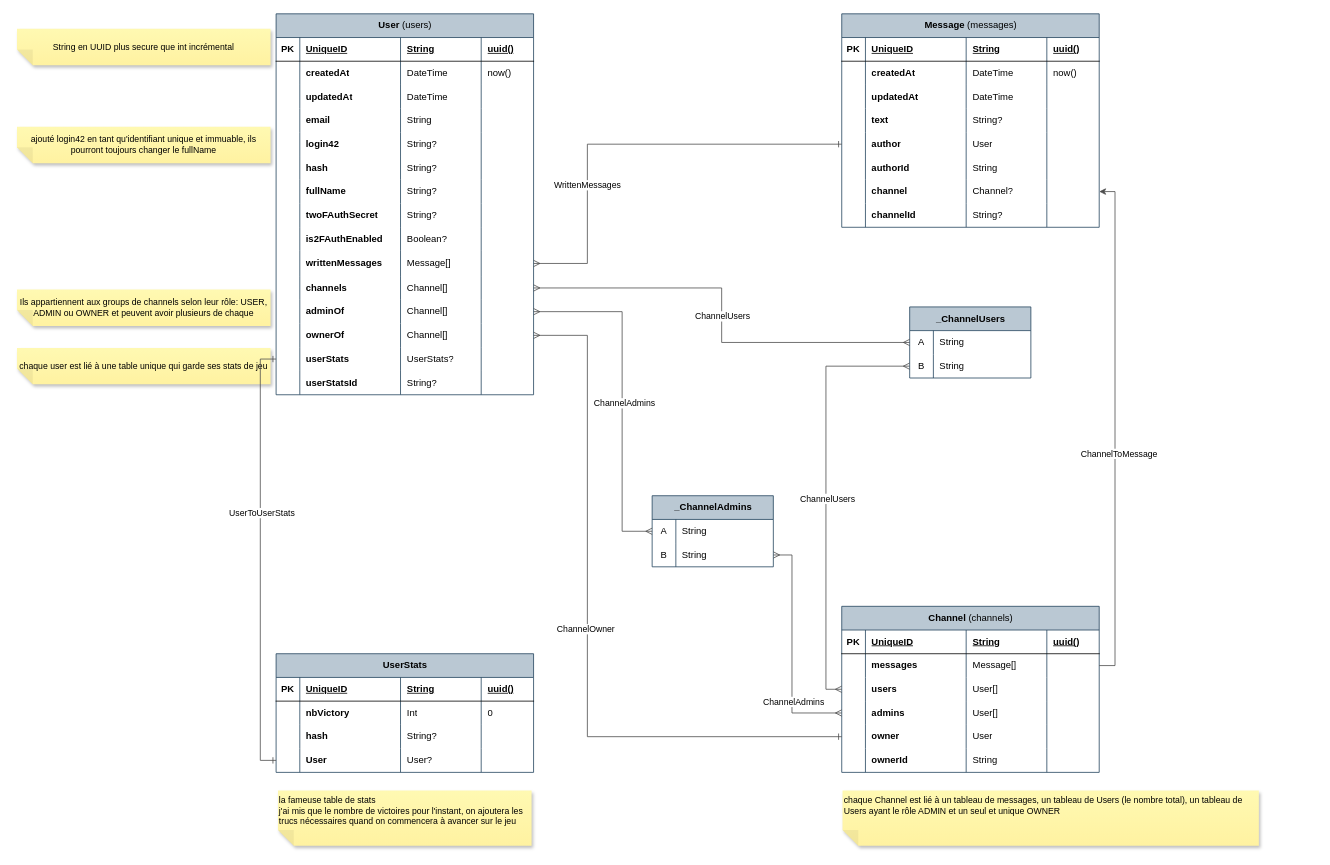
adcarnec/Pong keeps this draw.io diagram as database.drawio. Above is the earlier version. Source tidied: cells renumbered, new cells numbered last; positions are measured from the earlier drawing's top-left corner, leaving out a move shared by most shapes. Both pictures are drawn from the tidied source at 79%, with x=0, y=0 at pixel (17, 13).
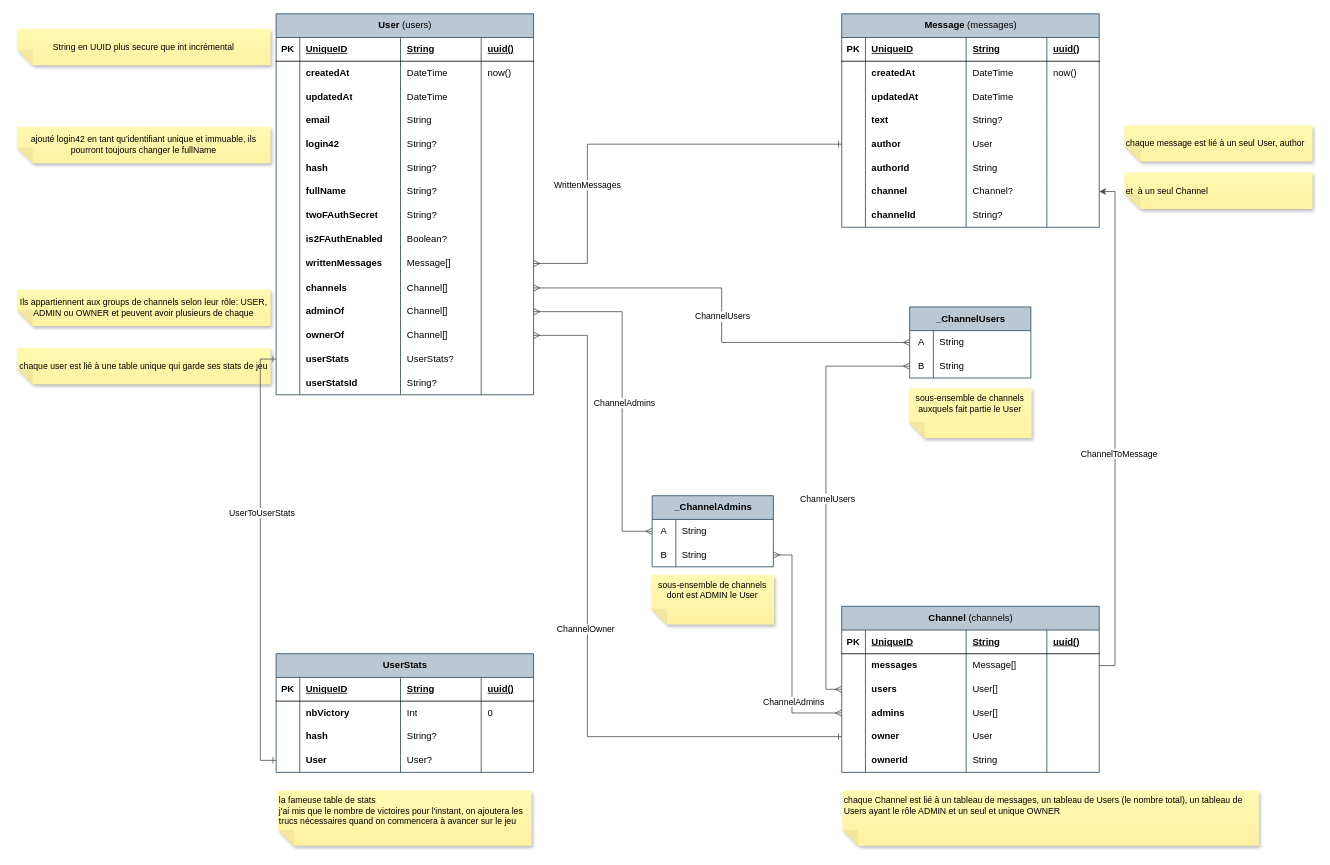
The same diagram, later.

Unchanged cells that the change refers to:
```xml
<mxCell id="3" value="User &lt;span style=&quot;font-weight: normal;&quot;&gt;(users)&lt;/span&gt;" style="shape=table;startSize=30;childLayout=tableLayout;rowLines=0;align=center;html=1;spacing=2;fontStyle=1;fillColor=#bac8d3;strokeColor=#23445d;" parent="1" vertex="1">
  <mxGeometry x="328" width="325.9" height="482.2" as="geometry" />
</mxCell>
```

Diff of the diagram source:
```diff
@@
+    <mxCell id="207" value="et&amp;nbsp;&amp;nbsp;à un seul&amp;nbsp;Channel" style="shape=note;whiteSpace=wrap;html=1;backgroundOutline=1;fontColor=#000000;darkOpacity=0.05;fillColor=#FFF9B2;strokeColor=none;fillStyle=solid;direction=west;gradientDirection=north;gradientColor=#FFF2A1;shadow=1;size=20;align=left;fontSize=11;" parent="1" vertex="1">
+      <mxGeometry x="1402" y="201" width="238" height="46" as="geometry" />
+    </mxCell>
@@
-    <mxCell id="9" style="shape=tableRow;horizontal=0;startSize=0;swimlaneHead=0;swimlaneBody=0;fillColor=none;top=0;left=0;right=0;bottom=0;" parent="3" vertex="1">
+    <mxCell id="9" style="shape=tableRow;horizontal=0;startSize=0;swimlaneHead=0;swimlaneBody=0;fillColor=none;top=0;left=0;right=0;bottom=0;perimeterSpacing=1;" parent="3" vertex="1">
       <mxGeometry y="60" width="325.9" height="30" as="geometry" />
     </mxCell>
@@
+    <mxCell id="208" value="chaque message est lié à un seul User, author" style="shape=note;whiteSpace=wrap;html=1;backgroundOutline=1;fontColor=#000000;darkOpacity=0.05;fillColor=#FFF9B2;strokeColor=none;fillStyle=solid;direction=west;gradientDirection=north;gradientColor=#FFF2A1;shadow=1;size=20;align=left;fontSize=11;" parent="1" vertex="1">
+      <mxGeometry x="1402" y="141" width="238" height="46" as="geometry" />
+    </mxCell>
+    <mxCell id="209" value="sous-ensemble de channels dont est ADMIN le User" style="shape=note;whiteSpace=wrap;html=1;backgroundOutline=1;fontColor=#000000;darkOpacity=0.05;fillColor=#FFF9B2;strokeColor=none;fillStyle=solid;direction=west;gradientDirection=north;gradientColor=#FFF2A1;shadow=1;size=20;align=center;fontSize=11;verticalAlign=top;" parent="1" vertex="1">
+      <mxGeometry x="803" y="710" width="155.4" height="63" as="geometry" />
+    </mxCell>
+    <mxCell id="210" value="sous-ensemble de channels auxquels fait partie le User" style="shape=note;whiteSpace=wrap;html=1;backgroundOutline=1;fontColor=#000000;darkOpacity=0.05;fillColor=#FFF9B2;strokeColor=none;fillStyle=solid;direction=west;gradientDirection=north;gradientColor=#FFF2A1;shadow=1;size=20;align=center;fontSize=11;verticalAlign=top;" parent="1" vertex="1">
+      <mxGeometry x="1129" y="474" width="155.4" height="63" as="geometry" />
+    </mxCell>
```
